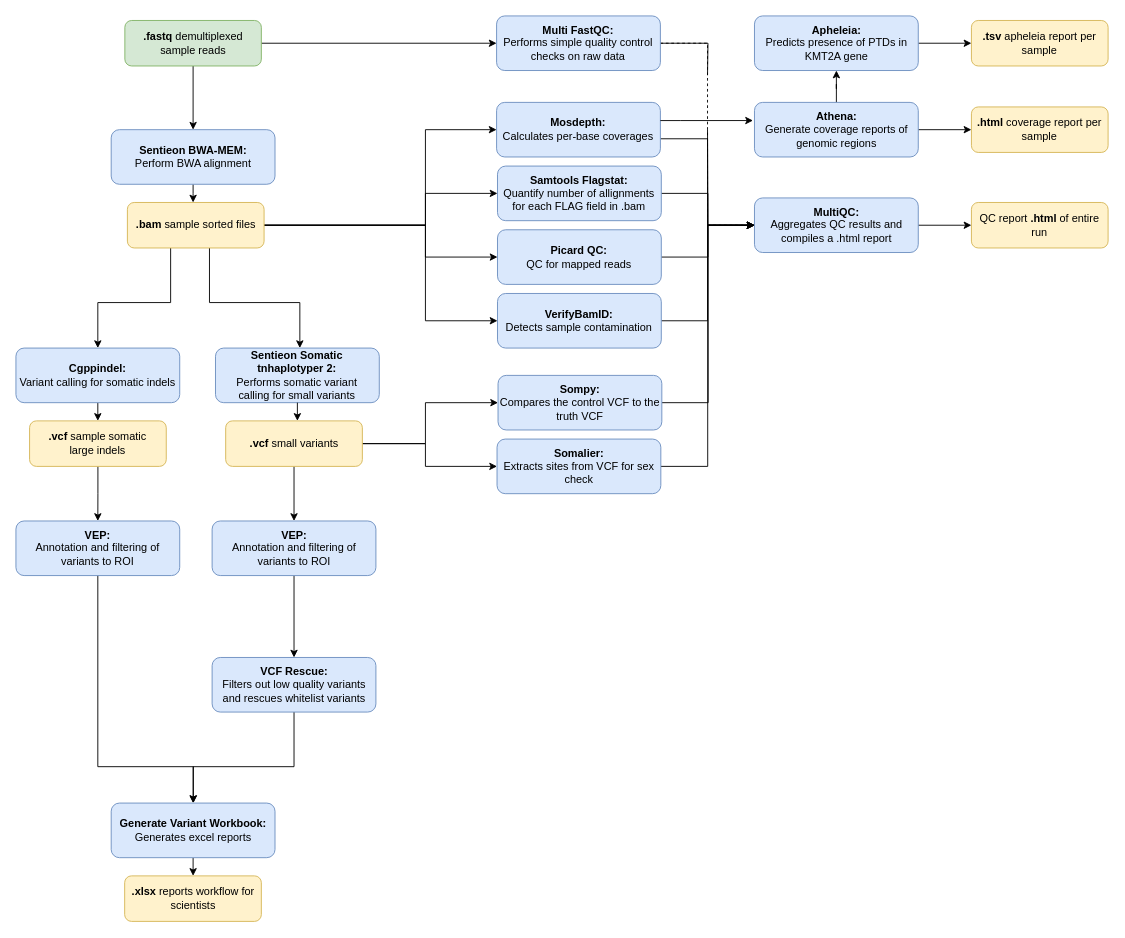
The draw.io diagram images/full_uranus_practical.drawio in eastgenomics/eggd_uranus_main_workflow, before the edit. Source tidied: cells renumbered, new cells numbered last; positions are measured from the earlier drawing's top-left corner, leaving out a move shared by most shapes. Both pictures are drawn from the tidied source at 91%, with x=0, y=0 at pixel (15, 15).
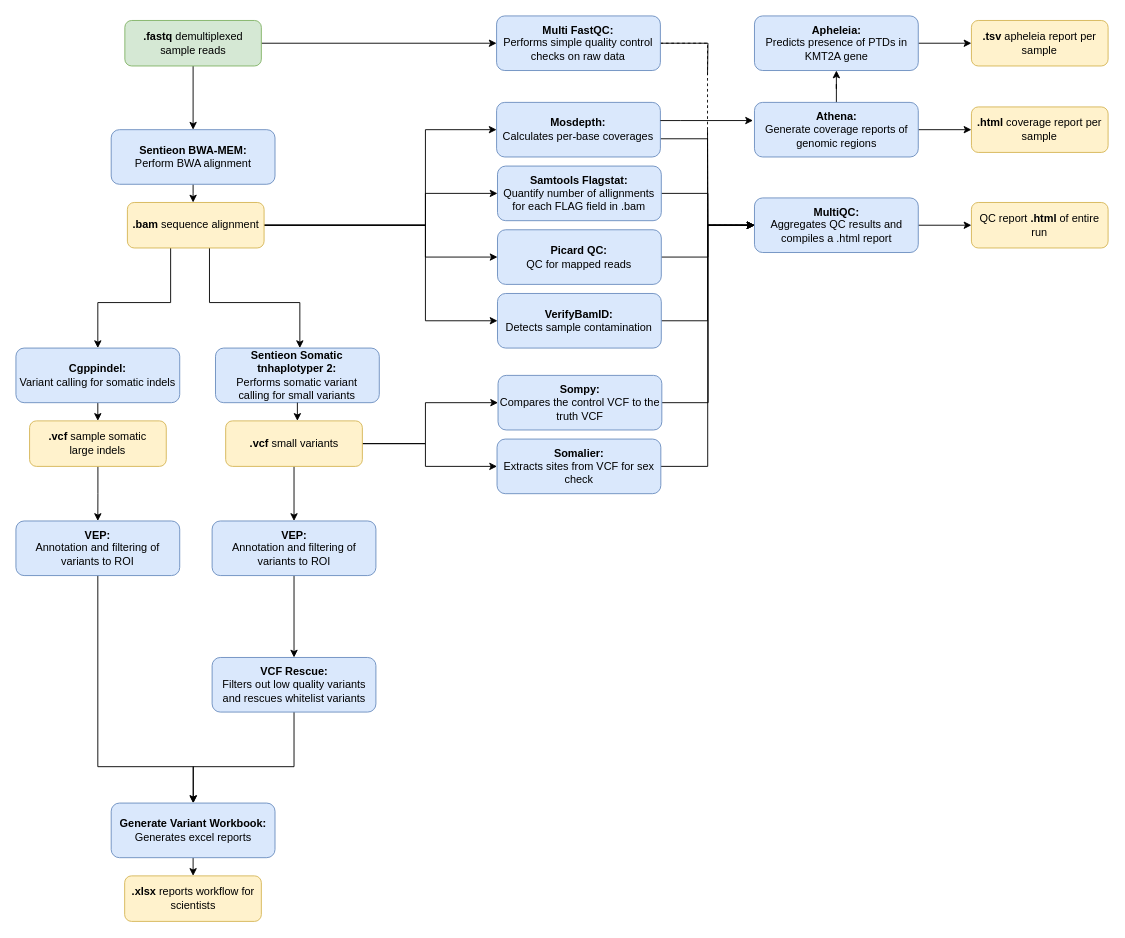
The same diagram, later.

Change to the diagram source:
```diff
@@
-    <mxCell id="13" value="&amp;nbsp;&lt;b&gt;.bam&lt;/b&gt;&amp;nbsp;sample sorted files&amp;nbsp;" style="rounded=1;whiteSpace=wrap;html=1;fillColor=#fff2cc;strokeColor=#d6b656;" parent="1" vertex="1">
+    <mxCell id="13" value="&amp;nbsp;&lt;b&gt;.bam&lt;/b&gt;&amp;nbsp;sequence alignment&amp;nbsp;" style="rounded=1;whiteSpace=wrap;html=1;fillColor=#fff2cc;strokeColor=#d6b656;" parent="1" vertex="1">
       <mxGeometry x="122.5" y="205" width="150.2" height="50" as="geometry" />
     </mxCell>
```
